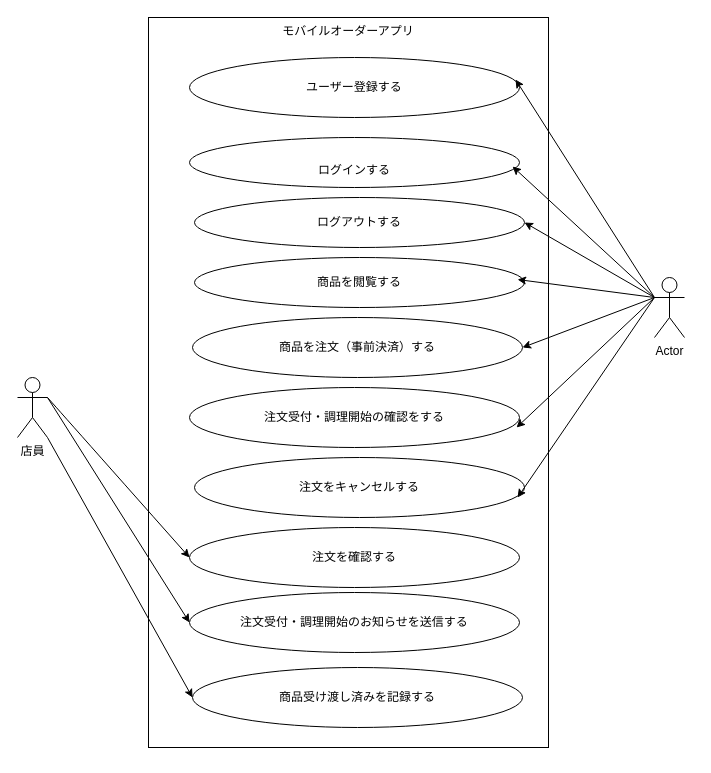
This is docs/13-2/cafe-usecace.drawio from yoko-bessho/post-app-practice, a draw.io file, before an edit. Source tidied: cells renumbered, new cells numbered last; positions are measured from the earlier drawing's top-left corner, leaving out a move shared by most shapes. Both pictures are drawn from the tidied source at 100%, with x=0, y=0 at pixel (17, 17).
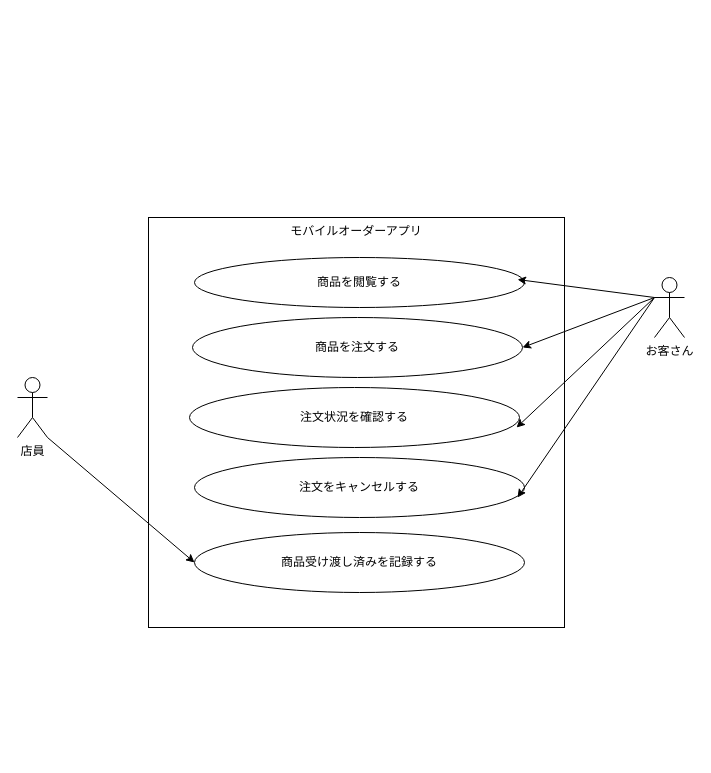
The same page after the edit.

The change refers to these unchanged cells:
```xml
<mxCell id="17" value="店員&lt;div&gt;&lt;br&gt;&lt;/div&gt;" style="shape=umlActor;verticalLabelPosition=bottom;verticalAlign=top;html=1;outlineConnect=0;labelPerimeter=1;" parent="1" vertex="1">
  <mxGeometry y="360" width="30" height="60" as="geometry" />
</mxCell>
```

What changed in the source:
```diff
@@
     <mxCell id="2" value="モバイルオーダーアプリ" style="rounded=0;whiteSpace=wrap;html=1;verticalAlign=top;" parent="1" vertex="1">
-      <mxGeometry x="131" width="400" height="730" as="geometry" />
+      <mxGeometry x="131" y="200" width="416" height="410" as="geometry" />
     </mxCell>
-    <mxCell id="3" value="ユーザー登録する" style="ellipse;whiteSpace=wrap;html=1;shapeInside=1;" parent="1" vertex="1">
-      <mxGeometry x="172" y="40" width="330" height="60" as="geometry" />
-    </mxCell>
@@
-    <mxCell id="5" value="ログアウトする" style="ellipse;whiteSpace=wrap;html=1;shapeInside=1;" parent="1" vertex="1">
-      <mxGeometry x="177" y="180" width="330" height="50" as="geometry" />
-    </mxCell>
@@
-    <mxCell id="7" value="&lt;br&gt;&lt;div&gt;ログインする&lt;/div&gt;" style="ellipse;whiteSpace=wrap;html=1;shapeInside=1;" parent="1" vertex="1">
-      <mxGeometry x="172" y="120" width="330" height="50" as="geometry" />
-    </mxCell>
-    <mxCell id="8" value="注文を確認する" style="ellipse;whiteSpace=wrap;html=1;shapeInside=1;" parent="1" vertex="1">
-      <mxGeometry x="172" y="510" width="330" height="60" as="geometry" />
-    </mxCell>
-    <mxCell id="9" value="商品を注文（事前決済）する" style="ellipse;whiteSpace=wrap;html=1;shapeInside=1;" parent="1" vertex="1">
+    <mxCell id="9" value="商品を注文する" style="ellipse;whiteSpace=wrap;html=1;shapeInside=1;" parent="1" vertex="1">
       <mxGeometry x="175" y="300" width="330" height="60" as="geometry" />
     </mxCell>
-    <mxCell id="10" value="注文受付・調理開始の確認をする" style="ellipse;whiteSpace=wrap;html=1;shapeInside=1;" parent="1" vertex="1">
+    <mxCell id="10" value="注文状況を確認する" style="ellipse;whiteSpace=wrap;html=1;shapeInside=1;" parent="1" vertex="1">
       <mxGeometry x="172" y="370" width="330" height="60" as="geometry" />
     </mxCell>
-    <mxCell id="11" value="注文受付・調理開始のお知らせを送信する" style="ellipse;whiteSpace=wrap;html=1;shapeInside=1;" parent="1" vertex="1">
-      <mxGeometry x="172" y="575" width="330" height="60" as="geometry" />
-    </mxCell>
     <mxCell id="12" value="商品受け渡し済みを記録する" style="ellipse;whiteSpace=wrap;html=1;shapeInside=1;" parent="1" vertex="1">
-      <mxGeometry x="175" y="650" width="330" height="60" as="geometry" />
+      <mxGeometry x="177" y="515" width="330" height="60" as="geometry" />
     </mxCell>
@@
-    <mxCell id="14" style="rounded=0;jettySize=auto;html=1;exitX=1;exitY=0.3333333333333333;exitDx=0;exitDy=0;exitPerimeter=0;entryX=0;entryY=0.5;entryDx=0;entryDy=0;defaultLabelBackgroundColor=page;labelPadding=0 4;curved=1;curveGeometry=1;shape=wire;dashed=1;" parent="1" edge="1" source="17" target="8">
-      <mxGeometry relative="1" as="geometry" />
-    </mxCell>
-    <mxCell id="15" style="rounded=0;jettySize=auto;html=1;exitX=1;exitY=0.3333333333333333;exitDx=0;exitDy=0;exitPerimeter=0;entryX=0;entryY=0.5;entryDx=0;entryDy=0;defaultLabelBackgroundColor=page;labelPadding=0 4;" parent="1" edge="1" source="17" target="11">
-      <mxGeometry relative="1" as="geometry" />
-    </mxCell>
@@
-    <mxCell id="18" style="rounded=0;jettySize=auto;html=1;exitX=0;exitY=0.3333333333333333;exitDx=0;exitDy=0;exitPerimeter=0;entryX=1;entryY=0.5;entryDx=0;entryDy=0;defaultLabelBackgroundColor=page;labelPadding=0 4;" parent="1" edge="1" source="20" target="5">
-      <mxGeometry relative="1" as="geometry" />
-    </mxCell>
@@
-    <mxCell id="20" value="Actor" style="shape=umlActor;verticalLabelPosition=bottom;verticalAlign=top;html=1;outlineConnect=0;labelPerimeter=1;" parent="1" vertex="1">
+    <mxCell id="20" value="お客さん" style="shape=umlActor;verticalLabelPosition=bottom;verticalAlign=top;html=1;outlineConnect=0;labelPerimeter=1;" parent="1" vertex="1">
       <mxGeometry x="637" y="260" width="30" height="60" as="geometry" />
     </mxCell>
-    <mxCell id="21" style="rounded=0;jettySize=auto;html=1;exitX=0;exitY=0.3333333333333333;exitDx=0;exitDy=0;exitPerimeter=0;entryX=0.988;entryY=0.367;entryDx=0;entryDy=0;entryPerimeter=0;defaultLabelBackgroundColor=page;labelPadding=0 4;" parent="1" edge="1" source="20" target="3">
-      <mxGeometry relative="1" as="geometry" />
-    </mxCell>
-    <mxCell id="22" style="rounded=0;jettySize=auto;html=1;exitX=0;exitY=0.3333333333333333;exitDx=0;exitDy=0;exitPerimeter=0;entryX=0.979;entryY=0.58;entryDx=0;entryDy=0;entryPerimeter=0;defaultLabelBackgroundColor=page;labelPadding=0 4;" parent="1" edge="1" source="20" target="7">
-      <mxGeometry relative="1" as="geometry" />
-    </mxCell>
```
